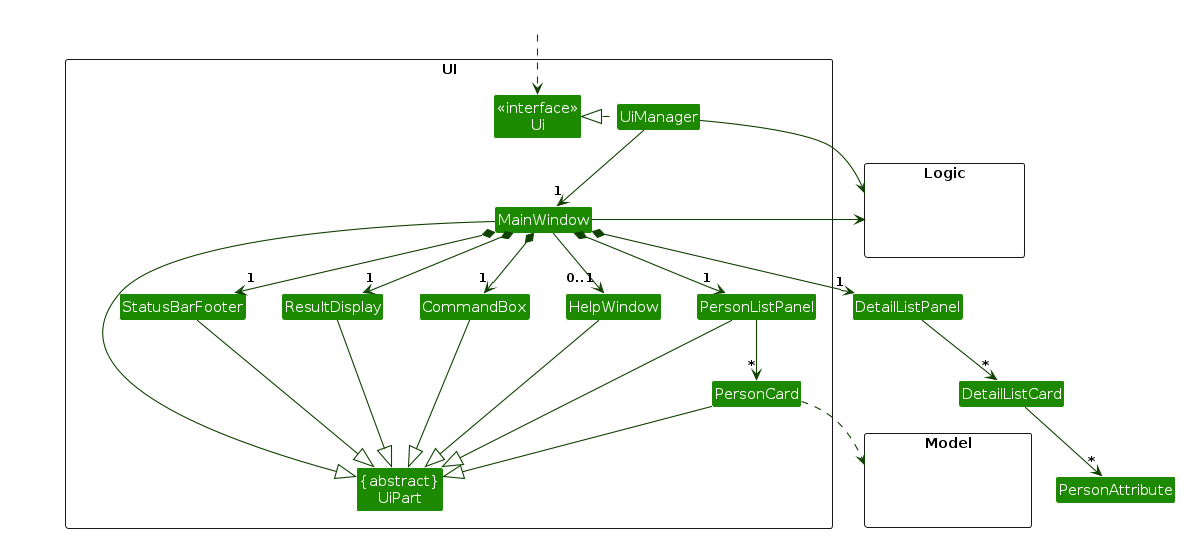
Above: diagrams/UiClassDiagram.png in AppDevIn/tp (PlantUML), before the change. Its source is kept beside it as diagrams/UiClassDiagram.puml. Source of this version:
```plantuml
@startuml
!include style.puml
skinparam arrowThickness 1.1
skinparam arrowColor UI_COLOR_T4
skinparam classBackgroundColor UI_COLOR

package UI <<Rectangle>>{
Class "<<interface>>\nUi" as Ui
Class "{abstract}\nUiPart" as UiPart
Class UiManager
Class MainWindow
Class HelpWindow
Class ResultDisplay
Class PersonListPanel
Class PersonCard
Class StatusBarFooter
Class CommandBox
}

package Model <<Rectangle>> {
Class HiddenModel #FFFFFF
}

package Logic <<Rectangle>> {
Class HiddenLogic #FFFFFF
}

Class HiddenOutside #FFFFFF
HiddenOutside ..> Ui

UiManager .left.|> Ui
UiManager -down-> "1" MainWindow
MainWindow *-down->  "1" CommandBox
MainWindow *-down-> "1" ResultDisplay
MainWindow *-down-> "1" PersonListPanel
MainWindow *-down-> "1" DetailListPanel
MainWindow *-down-> "1" StatusBarFooter
MainWindow --> "0..1" HelpWindow

PersonListPanel -down-> "*" PersonCard

DetailListPanel -down-> "*" DetailListCard
DetailListCard -down-> "*" PersonAttribute

MainWindow -left-|> UiPart

ResultDisplay --|> UiPart
CommandBox --|> UiPart
PersonListPanel --|> UiPart
PersonCard --|> UiPart
StatusBarFooter --|> UiPart
HelpWindow --|> UiPart

PersonCard ..> Model
UiManager -right-> Logic
MainWindow -left-> Logic

DetailListPanel -[hidden]left- PersonListPanel
PersonListPanel -[hidden]left- HelpWindow
HelpWindow -[hidden]left- CommandBox
CommandBox -[hidden]left- ResultDisplay
ResultDisplay -[hidden]left- StatusBarFooter

MainWindow -[hidden]-|> UiPart
@enduml
```
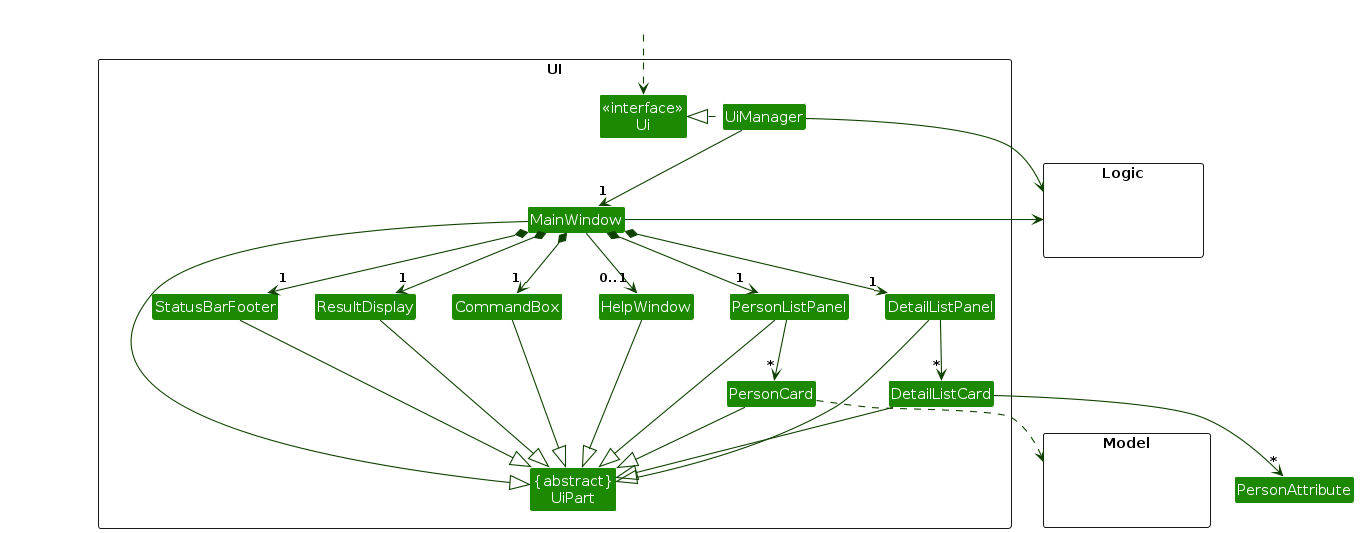
After the change.

The edit, as a diff of the source:
```diff
@@ -13,6 +13,8 @@
 Class ResultDisplay
 Class PersonListPanel
 Class PersonCard
+Class DetailListPanel
+Class DetailListCard
 Class StatusBarFooter
 Class CommandBox
 }
@@ -48,6 +50,8 @@
 CommandBox --|> UiPart
 PersonListPanel --|> UiPart
 PersonCard --|> UiPart
+DetailListPanel --|> UiPart
+DetailListCard --|> UiPart
 StatusBarFooter --|> UiPart
 HelpWindow --|> UiPart
 
```
